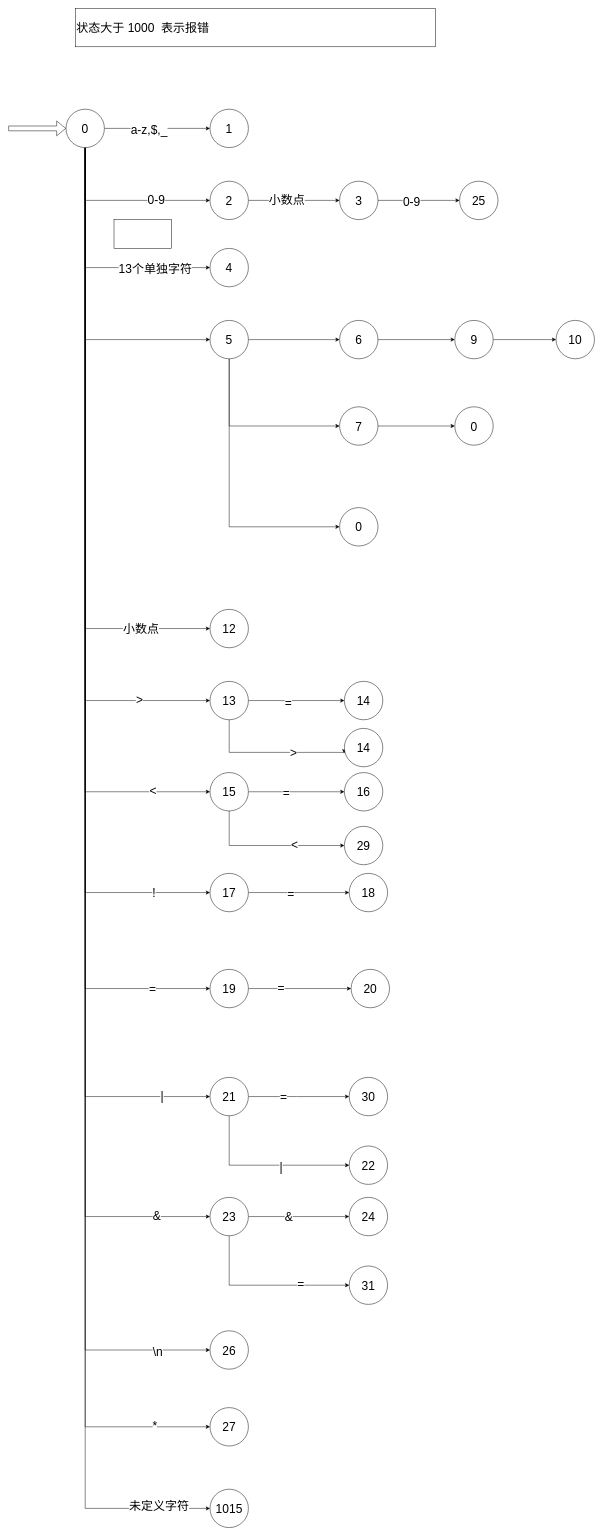
This is 未命名绘图.drawio from getenwind/test, a draw.io file, before an edit. Source tidied: cells renumbered, new cells numbered last; positions are measured from the earlier drawing's top-left corner, leaving out a move shared by most shapes. Both pictures are drawn from the tidied source at 48%, with x=0, y=0 at pixel (8, 8).
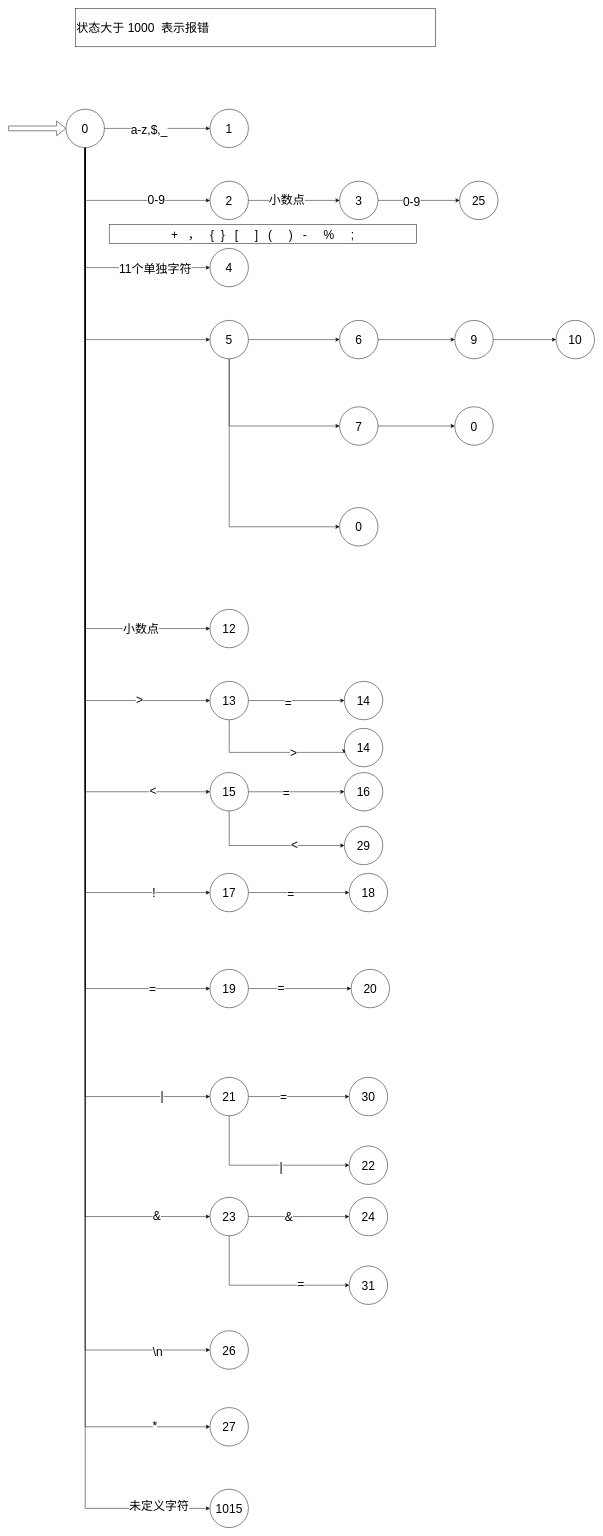
The same page after the edit.

Commit message:
更新未命名绘图.drawio

The change refers to these unchanged cells:
```xml
<mxCell id="6" style="edgeStyle=orthogonalEdgeStyle;rounded=0;jettySize=auto;html=1;exitX=0.5;exitY=1;exitDx=0;exitDy=0;entryX=0;entryY=0.5;entryDx=0;entryDy=0;fontSize=25;" parent="1" edge="1" source="29" target="34">
  <mxGeometry relative="1" as="geometry" />
</mxCell>
```

The edit, as a diff of the source:
```diff
@@
-    <mxCell id="7" value="13个单独字符" style="edgeLabel;html=1;align=center;verticalAlign=middle;fontSize=25;" parent="6" vertex="1">
+    <mxCell id="7" value="11个单独字符" style="edgeLabel;html=1;align=center;verticalAlign=middle;fontSize=25;" parent="6" vertex="1">
       <mxGeometry x="0.55" y="-1" relative="1" as="geometry" />
     </mxCell>
@@
-    <mxCell id="94" style="rounded=0;whiteSpace=wrap;html=1;fontSize=25;" parent="1" vertex="1">
-      <mxGeometry x="220" y="440" width="120" height="60" as="geometry" />
+    <mxCell id="94" value="+&amp;nbsp; &amp;nbsp;，&amp;nbsp; &amp;nbsp;{&amp;nbsp; }&amp;nbsp; &amp;nbsp;[&amp;nbsp; &amp;nbsp; &amp;nbsp;]&amp;nbsp; &amp;nbsp;(&amp;nbsp; &amp;nbsp; &amp;nbsp;)&amp;nbsp; &amp;nbsp;-&amp;nbsp; &amp;nbsp; &amp;nbsp;%&amp;nbsp; &amp;nbsp; &amp;nbsp;;" style="rounded=0;whiteSpace=wrap;html=1;fontSize=25;" parent="1" vertex="1">
+      <mxGeometry x="210" y="450" width="640" height="40" as="geometry" />
     </mxCell>
```
